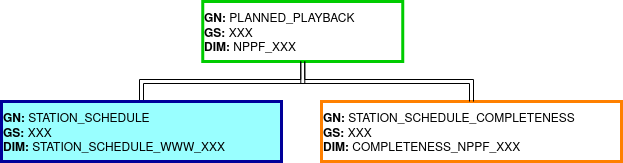
This is doc/fig/structure_ingestion_station_schedule.png from Daniel-Brosnan-Blazquez/s2boa, a draw.io export, as it was before one commit. Source tidied: cells renumbered, new cells last; positions are measured from the earlier drawing's top-left corner, leaving out a move shared by most shapes.
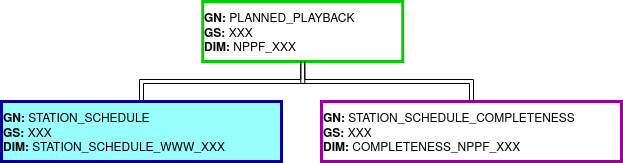
The same file after the commit.

The edit, as a diff of the source:
```diff
@@ -11,7 +11,7 @@
     <mxCell id="4" value="&lt;div&gt;&lt;b&gt;GN:&lt;/b&gt; STATION_SCHEDULE&lt;/div&gt;&lt;div&gt;&lt;b&gt;GS:&lt;/b&gt; XXX&lt;/div&gt;&lt;div&gt;&lt;b&gt;DIM: &lt;/b&gt;STATION_SCHEDULE_WWW_XXX&lt;br&gt;&lt;/div&gt;" style="rounded=0;whiteSpace=wrap;html=1;align=left;strokeColor=#000099;strokeWidth=3;fillColor=#99FFFF;" parent="1" vertex="1">
       <mxGeometry y="100" width="280" height="60" as="geometry" />
     </mxCell>
-    <mxCell id="5" value="&lt;div&gt;&lt;b&gt;GN:&lt;/b&gt; STATION_SCHEDULE_COMPLETENESS&lt;/div&gt;&lt;div&gt;&lt;b&gt;GS:&lt;/b&gt; XXX&lt;/div&gt;&lt;div&gt;&lt;b&gt;DIM:&lt;/b&gt; COMPLETENESS_NPPF_XXX&lt;br&gt;&lt;/div&gt;" style="rounded=0;whiteSpace=wrap;html=1;align=left;strokeWidth=3;fillColor=#FFFFFF;strokeColor=#FF8000;" parent="1" vertex="1">
+    <mxCell id="5" value="&lt;div&gt;&lt;b&gt;GN:&lt;/b&gt; STATION_SCHEDULE_COMPLETENESS&lt;/div&gt;&lt;div&gt;&lt;b&gt;GS:&lt;/b&gt; XXX&lt;/div&gt;&lt;div&gt;&lt;b&gt;DIM:&lt;/b&gt; COMPLETENESS_NPPF_XXX&lt;br&gt;&lt;/div&gt;" style="rounded=0;whiteSpace=wrap;html=1;align=left;strokeWidth=3;fillColor=#FFFFFF;strokeColor=#990099;" parent="1" vertex="1">
       <mxGeometry x="320" y="100" width="300" height="60" as="geometry" />
     </mxCell>
     <mxCell id="6" style="edgeStyle=orthogonalEdgeStyle;shape=link;rounded=0;jettySize=auto;html=1;exitX=0.5;exitY=0;exitDx=0;exitDy=0;entryX=0.5;entryY=1;entryDx=0;entryDy=0;" parent="1" edge="1" source="5" target="2">
```
